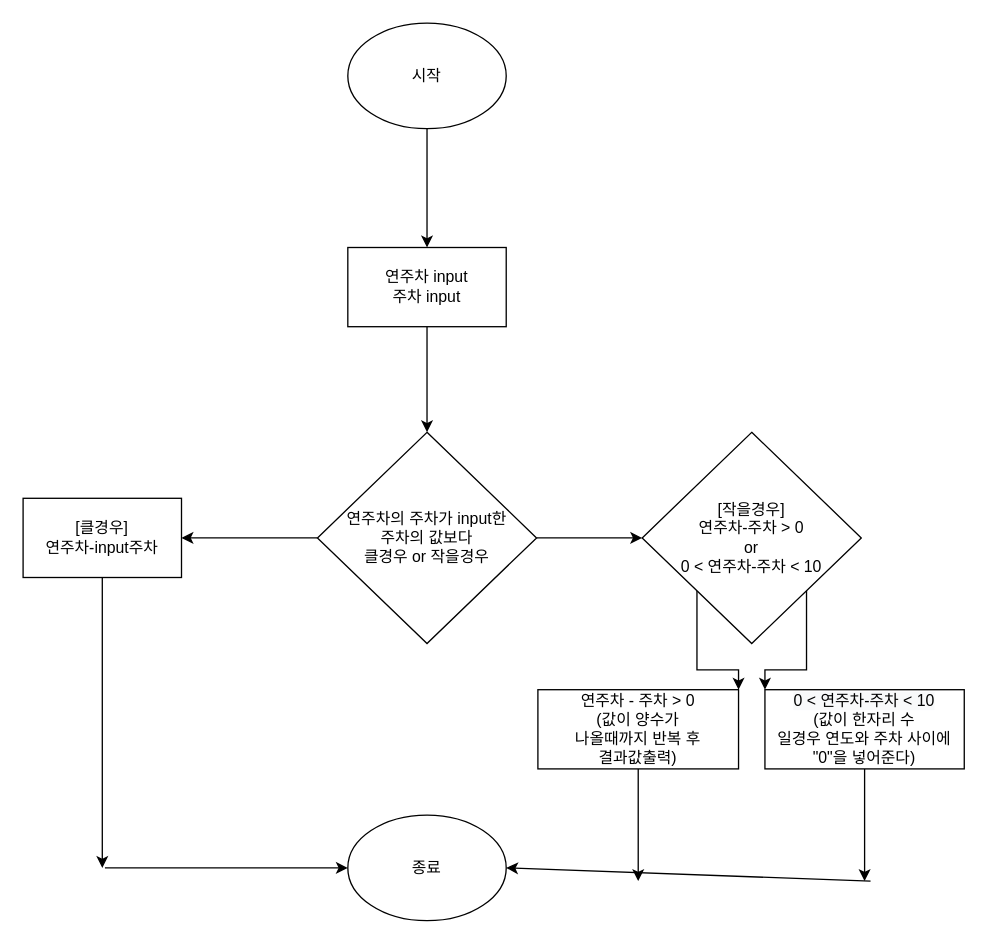
This is Untitled Diagram.drawio from KimSeungHyun96/python, a draw.io file, before an edit. Source tidied: cells renumbered, new cells numbered last; positions are measured from the earlier drawing's top-left corner, leaving out a move shared by most shapes. Both pictures are drawn from the tidied source at 132%, with x=0, y=0 at pixel (22, 22).
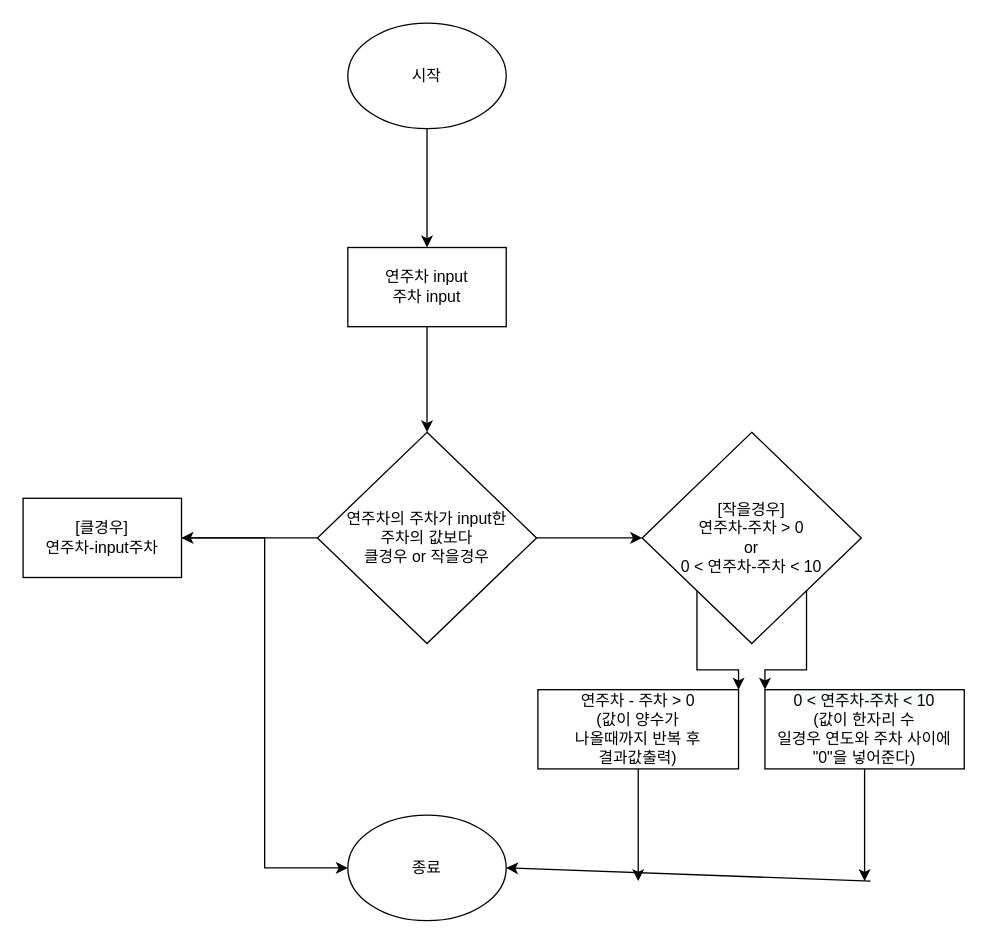
The same diagram, later.

The change refers to these unchanged cells:
```xml
<mxCell id="10" value="[클경우]&lt;br&gt;연주차-input주차" style="whiteSpace=wrap;html=1;" parent="1" vertex="1">
  <mxGeometry y="360" width="120" height="60" as="geometry" />
</mxCell>
<mxCell id="18" value="종료" style="ellipse;whiteSpace=wrap;html=1;" parent="1" vertex="1">
  <mxGeometry x="246" y="600" width="120" height="80" as="geometry" />
</mxCell>
```

The edit, as a diff of the source:
```diff
@@
-    <mxCell id="9" style="edgeStyle=orthogonalEdgeStyle;rounded=0;jettySize=auto;html=1;" parent="1" edge="1" source="10">
-      <mxGeometry relative="1" as="geometry">
-        <mxPoint x="60" y="640" as="targetPoint" />
-      </mxGeometry>
-    </mxCell>
+    <mxCell id="21" style="edgeStyle=orthogonalEdgeStyle;rounded=0;jettySize=auto;html=1;entryX=0;entryY=0.5;entryDx=0;entryDy=0;" parent="1" edge="1" source="10" target="18">
+      <mxGeometry relative="1" as="geometry" />
+    </mxCell>
@@
-    <mxCell id="19" style="endArrow=classic;html=1;entryX=0;entryY=0.5;entryDx=0;entryDy=0;" parent="1" edge="1" target="18">
-      <mxGeometry relative="1" as="geometry">
-        <mxPoint x="62" y="640" as="sourcePoint" />
-      </mxGeometry>
-    </mxCell>
```
